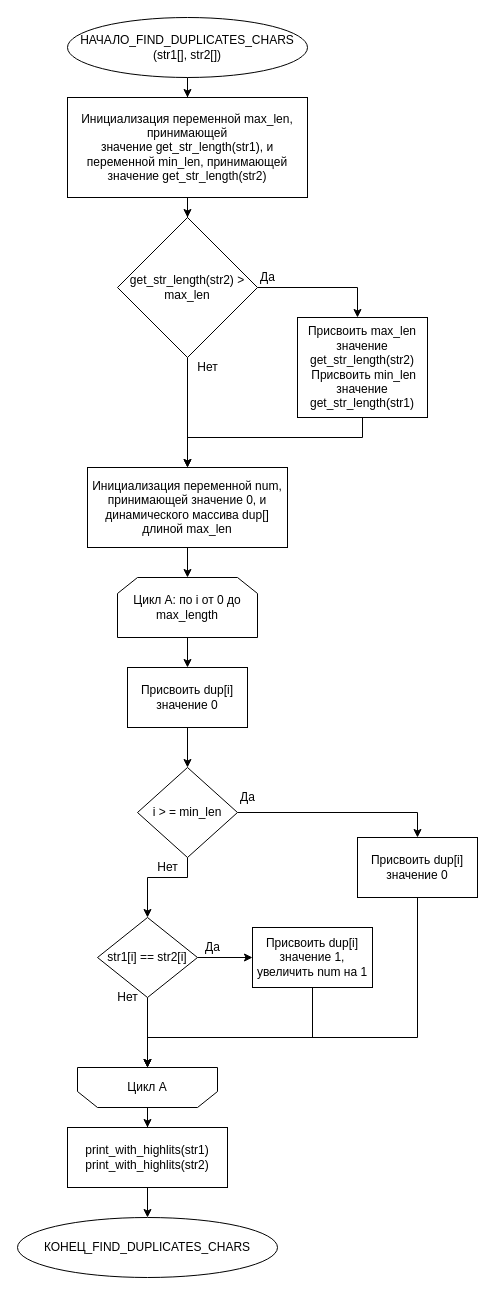
eldarbr/silver-funicular keeps this draw.io diagram as lr3.2/text/FIND_DUPLICATES_CHARS.drawio. Above is the earlier version. Source tidied: cells renumbered, new cells numbered last; positions are measured from the earlier drawing's top-left corner, leaving out a move shared by most shapes. Both pictures are drawn from the tidied source at 100%, with x=0, y=0 at pixel (17, 17).
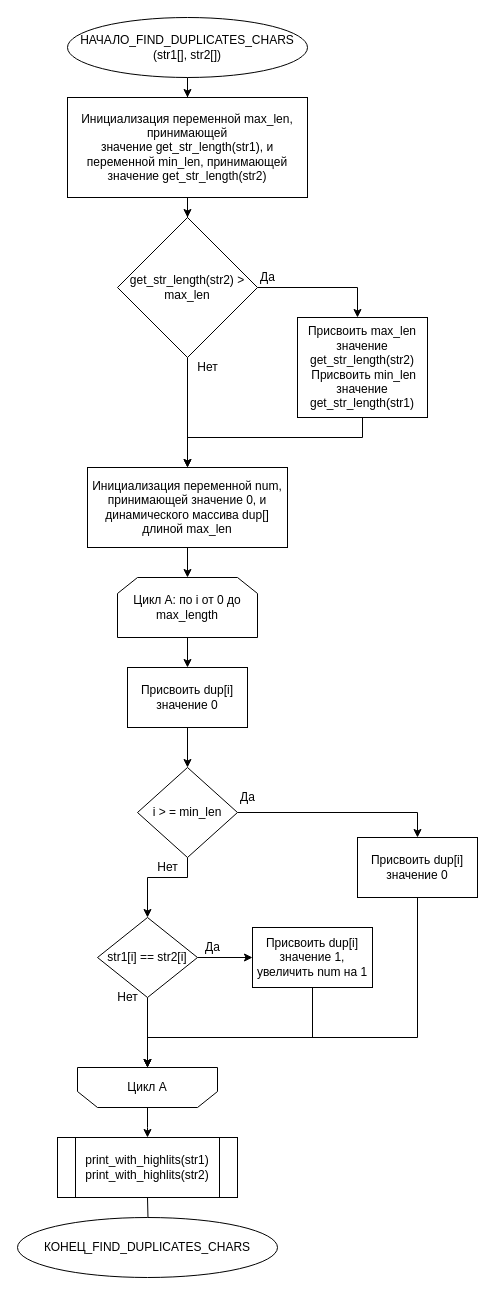
After the change.

The change refers to these unchanged cells:
```xml
<mxCell id="36" value="КОНЕЦ_FIND_DUPLICATES_CHARS" style="ellipse;whiteSpace=wrap;html=1;rounded=0;" parent="1" vertex="1">
  <mxGeometry y="1200" width="260" height="60" as="geometry" />
</mxCell>
<mxCell id="38" value="Цикл А" style="shape=loopLimit;whiteSpace=wrap;html=1;direction=west;" parent="1" vertex="1">
  <mxGeometry x="60" y="1050" width="140" height="40" as="geometry" />
</mxCell>
```

Diff of the diagram source:
```diff
@@
-    <mxCell id="34" style="edgeStyle=orthogonalEdgeStyle;rounded=0;jettySize=auto;html=1;" parent="1" edge="1" source="35" target="36">
-      <mxGeometry relative="1" as="geometry" />
+    <mxCell id="34" style="edgeStyle=orthogonalEdgeStyle;rounded=0;jettySize=auto;html=1;" parent="1" edge="1" target="36">
+      <mxGeometry relative="1" as="geometry">
+        <mxPoint x="130" y="1180" as="sourcePoint" />
+      </mxGeometry>
     </mxCell>
-    <mxCell id="35" value="print_with_highlits(str1)&lt;br&gt;print_with_highlits(str2)" style="rounded=0;whiteSpace=wrap;html=1;" parent="1" vertex="1">
-      <mxGeometry x="50" y="1110" width="160" height="60" as="geometry" />
-    </mxCell>
@@
-    <mxCell id="37" style="edgeStyle=orthogonalEdgeStyle;rounded=0;jettySize=auto;html=1;entryX=0.5;entryY=0;entryDx=0;entryDy=0;" parent="1" edge="1" source="38" target="35">
-      <mxGeometry relative="1" as="geometry" />
+    <mxCell id="37" style="edgeStyle=orthogonalEdgeStyle;rounded=0;jettySize=auto;html=1;entryX=0.5;entryY=0;entryDx=0;entryDy=0;" parent="1" edge="1" source="38">
+      <mxGeometry relative="1" as="geometry">
+        <mxPoint x="130" y="1120" as="targetPoint" />
+      </mxGeometry>
     </mxCell>
@@
+    <mxCell id="35" value="&lt;span&gt;print_with_highlits(str1)&lt;/span&gt;&lt;br&gt;&lt;span&gt;print_with_highlits(str2)&lt;/span&gt;" style="shape=process;whiteSpace=wrap;html=1;backgroundOutline=1;" parent="1" vertex="1">
+      <mxGeometry x="40" y="1120" width="180" height="60" as="geometry" />
+    </mxCell>
```
